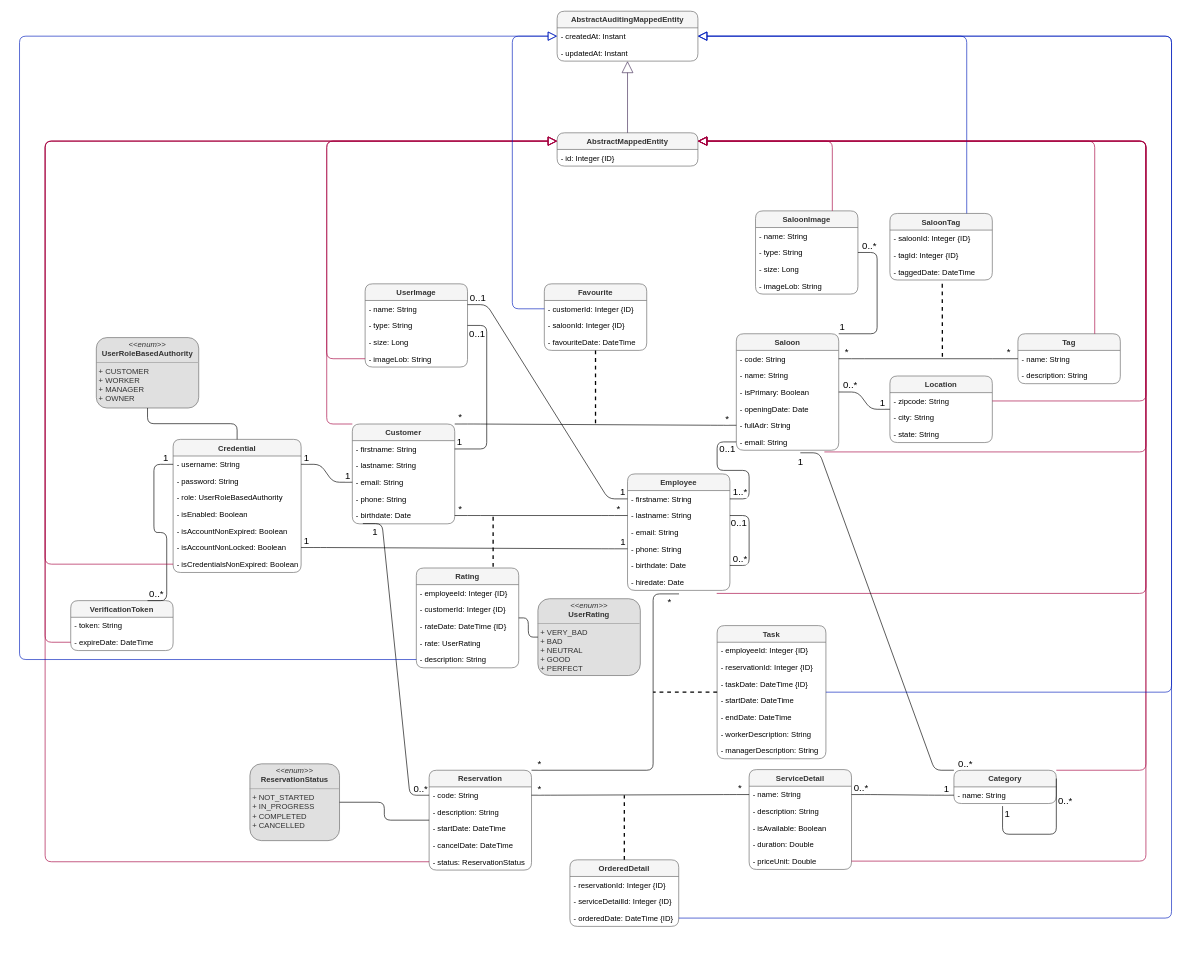
SelimHorri/atic-backend-app keeps this draw.io diagram as docs/doc/cita_class_diag.drawio. Above is the earlier version. Source tidied: cells renumbered, new cells numbered last; positions are measured from the earlier drawing's top-left corner, leaving out a move shared by most shapes. Both pictures are drawn from the tidied source at 64%, with x=0, y=0 at pixel (19, 11).
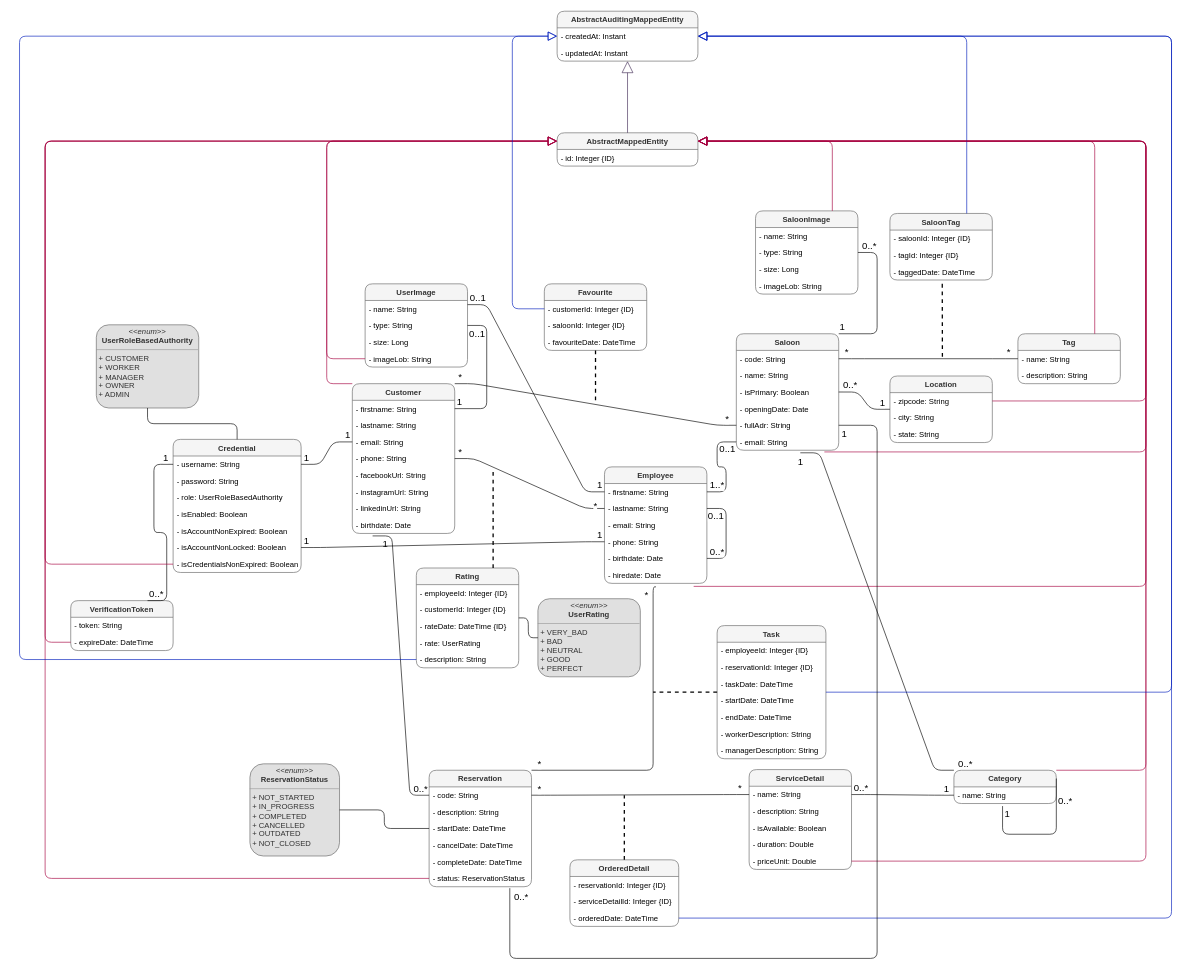
The same diagram, later.

The change refers to these unchanged cells:
```xml
<mxCell id="6" value="- lastname: String" style="text;strokeColor=none;fillColor=none;align=left;verticalAlign=top;spacingLeft=4;spacingRight=4;overflow=hidden;points=[[0,0.5],[1,0.5]];portConstraint=eastwest;rounded=1;" parent="4" vertex="1">
  <mxGeometry y="52" width="160" height="26" as="geometry" />
</mxCell>
<mxCell id="33" value="Favourite" style="swimlane;fontStyle=1;align=center;verticalAlign=top;horizontal=1;startSize=26;rounded=1;fillColor=#f5f5f5;fontColor=#333333;strokeColor=#666666;" parent="1" vertex="1">
  <mxGeometry x="820" y="426" width="160" height="104" as="geometry" />
</mxCell>
<mxCell id="42" value="- fullAdr: String" style="text;strokeColor=none;fillColor=none;align=left;verticalAlign=top;spacingLeft=4;spacingRight=4;overflow=hidden;points=[[0,0.5],[1,0.5]];portConstraint=eastwest;rounded=1;sketch=0;" parent="37" vertex="1">
  <mxGeometry y="130" width="160" height="26" as="geometry" />
</mxCell>
<mxCell id="45" value="- code: String" style="text;strokeColor=none;fillColor=none;align=left;verticalAlign=top;spacingLeft=4;spacingRight=4;overflow=hidden;points=[[0,0.5],[1,0.5]];portConstraint=eastwest;rounded=1;sketch=0;" parent="44" vertex="1">
  <mxGeometry y="26" width="160" height="26" as="geometry" />
</mxCell>
<mxCell id="56" value="OrderedDetail" style="swimlane;fontStyle=1;align=center;verticalAlign=top;horizontal=1;startSize=26;rounded=1;sketch=0;fillColor=#f5f5f5;fontColor=#333333;strokeColor=#666666;" parent="1" vertex="1">
  <mxGeometry x="860" y="1326" width="170" height="104" as="geometry" />
</mxCell>
<mxCell id="79" value="Rating" style="swimlane;fontStyle=1;align=center;verticalAlign=top;horizontal=1;startSize=26;rounded=1;sketch=0;fillColor=#f5f5f5;fontColor=#333333;strokeColor=#666666;" parent="1" vertex="1">
  <mxGeometry x="620" y="870" width="160" height="156" as="geometry" />
</mxCell>
<mxCell id="165" value="Task" style="swimlane;fontStyle=1;align=center;verticalAlign=top;horizontal=1;startSize=26;rounded=1;sketch=0;fillColor=#f5f5f5;fontColor=#333333;strokeColor=#666666;" parent="1" vertex="1">
  <mxGeometry x="1090" y="960" width="170" height="208" as="geometry" />
</mxCell>
```

Change to the diagram source:
```diff
@@
     <mxCell id="4" value="Employee" style="swimlane;fontStyle=1;align=center;verticalAlign=top;horizontal=1;startSize=26;rounded=1;fillColor=#f5f5f5;fontColor=#333333;strokeColor=#666666;" parent="1" vertex="1">
-      <mxGeometry x="950" y="723" width="160" height="182" as="geometry" />
+      <mxGeometry x="914" y="712" width="160" height="182" as="geometry" />
     </mxCell>
@@
     <mxCell id="14" value="Customer" style="swimlane;fontStyle=1;align=center;verticalAlign=top;horizontal=1;startSize=26;rounded=1;fillColor=#f5f5f5;fontColor=#333333;strokeColor=#666666;" parent="1" vertex="1">
-      <mxGeometry x="520" y="645" width="160" height="156" as="geometry" />
+      <mxGeometry x="520" y="582" width="160" height="234" as="geometry" />
     </mxCell>
@@
+    <mxCell id="178" value="- facebookUrl: String" style="text;strokeColor=none;fillColor=none;align=left;verticalAlign=top;spacingLeft=4;spacingRight=4;overflow=hidden;rounded=1;" parent="14" vertex="1">
+      <mxGeometry y="130" width="160" height="26" as="geometry" />
+    </mxCell>
+    <mxCell id="179" value="- instagramUrl: String" style="text;strokeColor=none;fillColor=none;align=left;verticalAlign=top;spacingLeft=4;spacingRight=4;overflow=hidden;rounded=1;" parent="14" vertex="1">
+      <mxGeometry y="156" width="160" height="26" as="geometry" />
+    </mxCell>
+    <mxCell id="180" value="- linkedinUrl: String" style="text;strokeColor=none;fillColor=none;align=left;verticalAlign=top;spacingLeft=4;spacingRight=4;overflow=hidden;rounded=1;" parent="14" vertex="1">
+      <mxGeometry y="182" width="160" height="26" as="geometry" />
+    </mxCell>
     <mxCell id="19" value="- birthdate: Date" style="text;strokeColor=none;fillColor=none;align=left;verticalAlign=top;spacingLeft=4;spacingRight=4;overflow=hidden;points=[[0,0.5],[1,0.5]];portConstraint=eastwest;rounded=1;" parent="14" vertex="1">
-      <mxGeometry y="130" width="160" height="26" as="geometry" />
+      <mxGeometry y="208" width="160" height="26" as="geometry" />
     </mxCell>
@@
-    <mxCell id="31" value="&lt;p style=&quot;margin: 0px ; margin-top: 4px ; text-align: center&quot;&gt;&lt;i&gt;&amp;lt;&amp;lt;enum&amp;gt;&amp;gt;&lt;/i&gt;&lt;br&gt;&lt;b&gt;UserRoleBasedAuthority&lt;/b&gt;&lt;br&gt;&lt;/p&gt;&lt;hr size=&quot;1&quot;&gt;&lt;p style=&quot;margin: 0px ; margin-left: 4px&quot;&gt;+ CUSTOMER&lt;/p&gt;&lt;p style=&quot;margin: 0px ; margin-left: 4px&quot;&gt;+ WORKER&lt;/p&gt;&lt;p style=&quot;margin: 0px ; margin-left: 4px&quot;&gt;+ MANAGER&lt;/p&gt;&lt;p style=&quot;margin: 0px ; margin-left: 4px&quot;&gt;+ OWNER&lt;br&gt;&lt;/p&gt;" style="verticalAlign=top;align=left;overflow=fill;fontSize=12;fontFamily=Helvetica;html=1;rounded=1;fillColor=#E0E0E0;fontColor=#333333;strokeColor=#666666;" parent="1" vertex="1">
-      <mxGeometry x="120" y="510" width="160" height="110" as="geometry" />
+    <mxCell id="31" value="&lt;p style=&quot;margin: 0px ; margin-top: 4px ; text-align: center&quot;&gt;&lt;i&gt;&amp;lt;&amp;lt;enum&amp;gt;&amp;gt;&lt;/i&gt;&lt;br&gt;&lt;b&gt;UserRoleBasedAuthority&lt;/b&gt;&lt;br&gt;&lt;/p&gt;&lt;hr size=&quot;1&quot;&gt;&lt;p style=&quot;margin: 0px ; margin-left: 4px&quot;&gt;+ CUSTOMER&lt;/p&gt;&lt;p style=&quot;margin: 0px ; margin-left: 4px&quot;&gt;+ WORKER&lt;/p&gt;&lt;p style=&quot;margin: 0px ; margin-left: 4px&quot;&gt;+ MANAGER&lt;/p&gt;&lt;p style=&quot;margin: 0px ; margin-left: 4px&quot;&gt;+ OWNER&lt;/p&gt;&lt;p style=&quot;margin: 0px ; margin-left: 4px&quot;&gt;+ ADMIN&lt;br&gt;&lt;/p&gt;" style="verticalAlign=top;align=left;overflow=fill;fontSize=12;fontFamily=Helvetica;html=1;rounded=1;fillColor=#E0E0E0;fontColor=#333333;strokeColor=#666666;" parent="1" vertex="1">
+      <mxGeometry x="120" y="490" width="160" height="130" as="geometry" />
     </mxCell>
@@
     <mxCell id="44" value="Reservation" style="swimlane;fontStyle=1;align=center;verticalAlign=top;horizontal=1;startSize=26;rounded=1;sketch=0;fillColor=#f5f5f5;fontColor=#333333;strokeColor=#666666;" parent="1" vertex="1">
-      <mxGeometry x="640" y="1186" width="160" height="156" as="geometry" />
+      <mxGeometry x="640" y="1186" width="160" height="182" as="geometry" />
     </mxCell>
@@
+    <mxCell id="181" value="- completeDate: DateTime" style="text;strokeColor=none;fillColor=none;align=left;verticalAlign=top;spacingLeft=4;spacingRight=4;overflow=hidden;rounded=1;sketch=0;" parent="44" vertex="1">
+      <mxGeometry y="130" width="160" height="26" as="geometry" />
+    </mxCell>
     <mxCell id="49" value="- status: ReservationStatus" style="text;strokeColor=none;fillColor=none;align=left;verticalAlign=top;spacingLeft=4;spacingRight=4;overflow=hidden;points=[[0,0.5],[1,0.5]];portConstraint=eastwest;rounded=1;sketch=0;" parent="44" vertex="1">
-      <mxGeometry y="130" width="160" height="26" as="geometry" />
+      <mxGeometry y="156" width="160" height="26" as="geometry" />
     </mxCell>
@@
-    <mxCell id="59" value="- orderedDate: DateTime {ID}" style="text;strokeColor=none;fillColor=none;align=left;verticalAlign=top;spacingLeft=4;spacingRight=4;overflow=hidden;points=[[0,0.5],[1,0.5]];portConstraint=eastwest;rounded=1;sketch=0;" parent="56" vertex="1">
+    <mxCell id="59" value="- orderedDate: DateTime" style="text;strokeColor=none;fillColor=none;align=left;verticalAlign=top;spacingLeft=4;spacingRight=4;overflow=hidden;points=[[0,0.5],[1,0.5]];portConstraint=eastwest;rounded=1;sketch=0;" parent="56" vertex="1">
       <mxGeometry y="78" width="170" height="26" as="geometry" />
     </mxCell>
@@
-    <mxCell id="77" value="&lt;p style=&quot;margin: 0px ; margin-top: 4px ; text-align: center&quot;&gt;&lt;i&gt;&amp;lt;&amp;lt;enum&amp;gt;&amp;gt;&lt;/i&gt;&lt;br&gt;&lt;b&gt;ReservationStatus&lt;/b&gt;&lt;br&gt;&lt;/p&gt;&lt;hr size=&quot;1&quot;&gt;&lt;p style=&quot;margin: 0px ; margin-left: 4px&quot;&gt;+ NOT_STARTED&lt;br&gt;&lt;/p&gt;&lt;p style=&quot;margin: 0px ; margin-left: 4px&quot;&gt;+ IN_PROGRESS&lt;/p&gt;&lt;p style=&quot;margin: 0px ; margin-left: 4px&quot;&gt;+ COMPLETED&lt;/p&gt;&lt;p style=&quot;margin: 0px ; margin-left: 4px&quot;&gt;+ CANCELLED&lt;br&gt;&lt;/p&gt;" style="verticalAlign=top;align=left;overflow=fill;fontSize=12;fontFamily=Helvetica;html=1;rounded=1;fillColor=#E0E0E0;fontColor=#333333;strokeColor=#666666;" parent="1" vertex="1">
-      <mxGeometry x="360" y="1176" width="140" height="120" as="geometry" />
+    <mxCell id="77" value="&lt;p style=&quot;margin: 0px ; margin-top: 4px ; text-align: center&quot;&gt;&lt;i&gt;&amp;lt;&amp;lt;enum&amp;gt;&amp;gt;&lt;/i&gt;&lt;br&gt;&lt;b&gt;ReservationStatus&lt;/b&gt;&lt;br&gt;&lt;/p&gt;&lt;hr size=&quot;1&quot;&gt;&lt;p style=&quot;margin: 0px ; margin-left: 4px&quot;&gt;+ NOT_STARTED&lt;br&gt;&lt;/p&gt;&lt;p style=&quot;margin: 0px ; margin-left: 4px&quot;&gt;+ IN_PROGRESS&lt;/p&gt;&lt;p style=&quot;margin: 0px ; margin-left: 4px&quot;&gt;+ COMPLETED&lt;/p&gt;&lt;p style=&quot;margin: 0px ; margin-left: 4px&quot;&gt;+ CANCELLED&lt;/p&gt;&lt;p style=&quot;margin: 0px ; margin-left: 4px&quot;&gt;+ OUTDATED&lt;/p&gt;&lt;p style=&quot;margin: 0px ; margin-left: 4px&quot;&gt;+ NOT_CLOSED&lt;br&gt;&lt;/p&gt;" style="verticalAlign=top;align=left;overflow=fill;fontSize=12;fontFamily=Helvetica;html=1;rounded=1;fillColor=#E0E0E0;fontColor=#333333;strokeColor=#666666;" parent="1" vertex="1">
+      <mxGeometry x="360" y="1176" width="140" height="144" as="geometry" />
     </mxCell>
@@
     <mxCell id="98" value="&lt;p style=&quot;margin: 0px ; margin-top: 4px ; text-align: center&quot;&gt;&lt;i&gt;&amp;lt;&amp;lt;enum&amp;gt;&amp;gt;&lt;/i&gt;&lt;br&gt;&lt;b&gt;UserRating&lt;/b&gt;&lt;br&gt;&lt;/p&gt;&lt;hr size=&quot;1&quot;&gt;&lt;p style=&quot;margin: 0px ; margin-left: 4px&quot;&gt;+ VERY_BAD&lt;/p&gt;&lt;p style=&quot;margin: 0px ; margin-left: 4px&quot;&gt;+ BAD&lt;/p&gt;&lt;p style=&quot;margin: 0px ; margin-left: 4px&quot;&gt;+ NEUTRAL&lt;/p&gt;&lt;p style=&quot;margin: 0px ; margin-left: 4px&quot;&gt;+ GOOD&lt;/p&gt;&lt;p style=&quot;margin: 0px ; margin-left: 4px&quot;&gt;+ PERFECT&lt;br&gt;&lt;/p&gt;" style="verticalAlign=top;align=left;overflow=fill;fontSize=12;fontFamily=Helvetica;html=1;rounded=1;fillColor=#E0E0E0;fontColor=#333333;strokeColor=#666666;" parent="1" vertex="1">
-      <mxGeometry x="810" y="918" width="160" height="120" as="geometry" />
+      <mxGeometry x="810" y="918" width="160" height="122" as="geometry" />
     </mxCell>
@@
-    <mxCell id="126" style="endArrow=none;html=1;edgeStyle=entityRelationEdgeStyle;rounded=1;sketch=0;exitX=0;exitY=0.5;exitDx=0;exitDy=0;entryX=0.103;entryY=0.984;entryDx=0;entryDy=0;entryPerimeter=0;" parent="1" edge="1" source="45" target="19">
+    <mxCell id="126" style="endArrow=none;html=1;edgeStyle=entityRelationEdgeStyle;rounded=1;sketch=0;exitX=0;exitY=0.5;exitDx=0;exitDy=0;entryX=0.198;entryY=1.149;entryDx=0;entryDy=0;entryPerimeter=0;" parent="1" edge="1" source="45" target="19">
       <mxGeometry relative="1" as="geometry" />
     </mxCell>
@@
     <mxCell id="132" style="endArrow=none;dashed=1;html=1;rounded=1;sketch=0;elbow=vertical;strokeWidth=2;" parent="1" edge="1" source="33">
       <mxGeometry relative="1" as="geometry">
-        <mxPoint x="900" y="650" as="targetPoint" />
+        <mxPoint x="900" y="610" as="targetPoint" />
       </mxGeometry>
     </mxCell>
@@
-    <mxCell id="142" style="endArrow=none;html=1;edgeStyle=entityRelationEdgeStyle;rounded=1;sketch=0;entryX=0;entryY=0.5;entryDx=0;entryDy=0;exitX=1;exitY=0.5;exitDx=0;exitDy=0;" parent="1" edge="1" source="19" target="6">
+    <mxCell id="142" style="endArrow=none;html=1;edgeStyle=entityRelationEdgeStyle;rounded=1;sketch=0;entryX=0;entryY=0.5;entryDx=0;entryDy=0;" parent="1" edge="1" source="14" target="6">
       <mxGeometry relative="1" as="geometry" />
     </mxCell>
@@
     <mxCell id="144" value="*" style="edgeLabel;html=1;align=right;verticalAlign=bottom;rounded=1;sketch=0;fontSize=15;" parent="142" vertex="1">
       <mxGeometry x="1" relative="1" as="geometry">
-        <mxPoint x="-11" as="offset" />
+        <mxPoint x="-11" y="7" as="offset" />
       </mxGeometry>
     </mxCell>
     <mxCell id="145" style="endArrow=none;dashed=1;html=1;rounded=1;sketch=0;elbow=vertical;entryX=0.75;entryY=0;entryDx=0;entryDy=0;strokeWidth=2;" parent="1" edge="1" target="79">
       <mxGeometry relative="1" as="geometry">
-        <mxPoint x="740" y="790" as="sourcePoint" />
+        <mxPoint x="740" y="720" as="sourcePoint" />
       </mxGeometry>
     </mxCell>
@@
-    <mxCell id="168" value="- taskDate: DateTime {ID}" style="text;strokeColor=none;fillColor=none;align=left;verticalAlign=top;spacingLeft=4;spacingRight=4;overflow=hidden;rounded=1;sketch=0;" parent="165" vertex="1">
+    <mxCell id="168" value="- taskDate: DateTime" style="text;strokeColor=none;fillColor=none;align=left;verticalAlign=top;spacingLeft=4;spacingRight=4;overflow=hidden;rounded=1;sketch=0;" parent="165" vertex="1">
       <mxGeometry y="78" width="170" height="26" as="geometry" />
     </mxCell>
@@
+    <mxCell id="182" style="endArrow=none;html=1;rounded=1;sketch=0;entryX=1;entryY=0.5;entryDx=0;entryDy=0;edgeStyle=orthogonalEdgeStyle;exitX=0.788;exitY=1.088;exitDx=0;exitDy=0;exitPerimeter=0;" parent="1" edge="1" source="49" target="42">
+      <mxGeometry relative="1" as="geometry">
+        <Array as="points">
+          <mxPoint x="766" y="1480" />
+          <mxPoint x="1340" y="1480" />
+          <mxPoint x="1340" y="647" />
+        </Array>
+      </mxGeometry>
+    </mxCell>
+    <mxCell id="183" value="0..*" style="edgeLabel;html=1;align=left;verticalAlign=bottom;rounded=1;sketch=0;fontSize=15;" parent="182" vertex="1">
+      <mxGeometry x="-1" relative="1" as="geometry">
+        <mxPoint x="5" y="25" as="offset" />
+      </mxGeometry>
+    </mxCell>
+    <mxCell id="184" value="1" style="edgeLabel;html=1;align=right;verticalAlign=bottom;rounded=1;sketch=0;fontSize=15;" parent="182" vertex="1">
+      <mxGeometry x="1" relative="1" as="geometry">
+        <mxPoint x="13" y="24" as="offset" />
+      </mxGeometry>
+    </mxCell>
```
